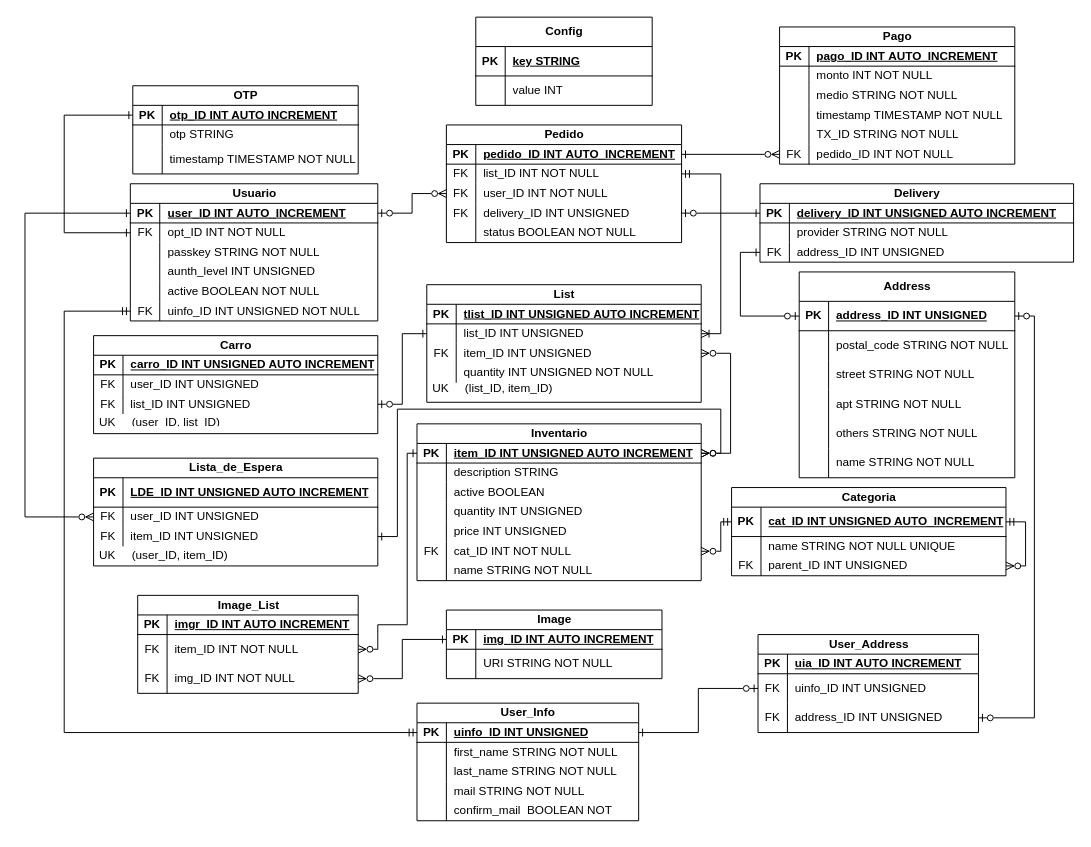
Above: back/src/main/java/com/uade/entity/EsquemaDB.drawio in nadie209x33/Marketplace (draw.io), before the change. Source tidied: cells renumbered, new cells numbered last; positions are measured from the earlier drawing's top-left corner, leaving out a move shared by most shapes. Both pictures are drawn from the tidied source at 98%, with x=0, y=0 at pixel (24, 17).
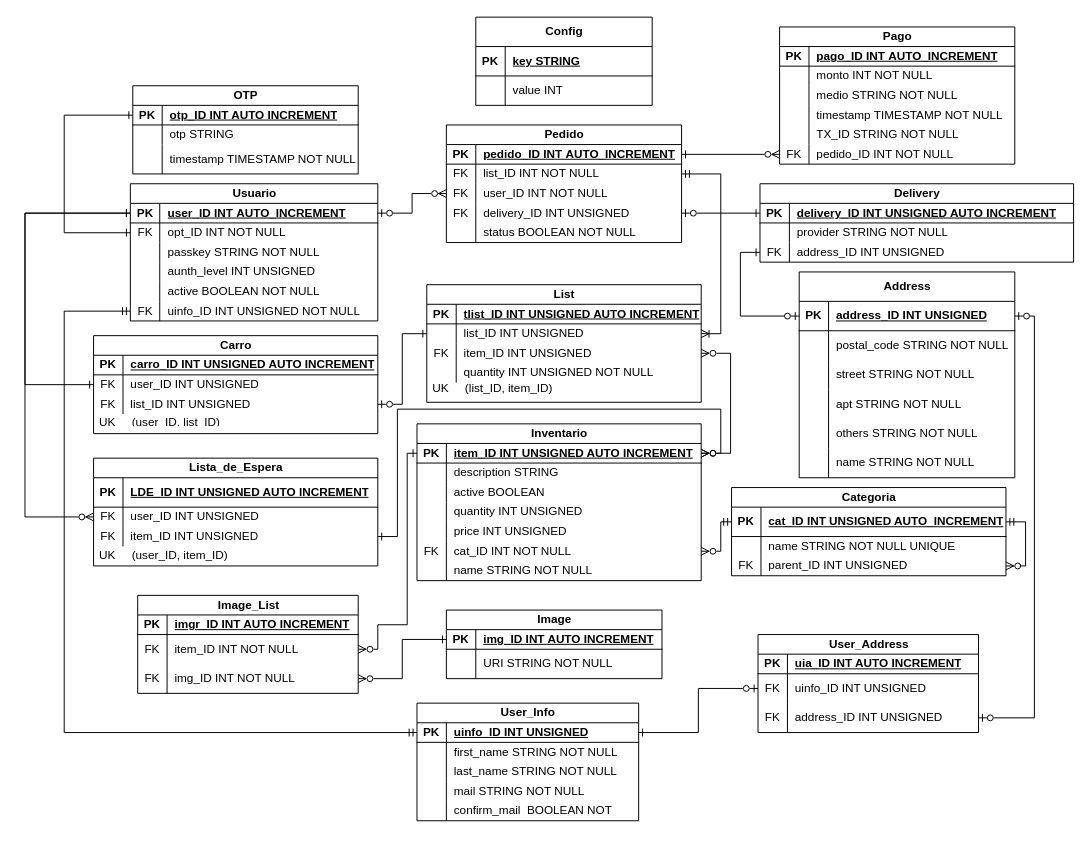
The same page after the edit.

Commit message (it also covers changes not shown here):
Se agrego la tabla faltante carro

The change refers to these unchanged cells:
```xml
<mxCell id="4" style="shape=tableRow;horizontal=0;startSize=0;swimlaneHead=0;swimlaneBody=0;fillColor=none;points=[[0,0.5],[1,0.5]];portConstraint=eastwest;top=0;left=0;right=0;bottom=1;" parent="3" vertex="1">
  <mxGeometry y="20" width="252.5" height="20" as="geometry" />
</mxCell>
<mxCell id="185" style="shape=tableRow;horizontal=0;startSize=0;swimlaneHead=0;swimlaneBody=0;fillColor=none;points=[[0,0.5],[1,0.5]];portConstraint=eastwest;top=0;left=0;right=0;bottom=0;" parent="181" vertex="1">
  <mxGeometry y="40" width="290" height="20" as="geometry" />
</mxCell>
```

Change to the diagram source:
```diff
@@
+    <mxCell id="230" style="edgeStyle=orthogonalEdgeStyle;rounded=0;jettySize=auto;html=1;exitX=0;exitY=0.5;exitDx=0;exitDy=0;entryX=0;entryY=0.5;entryDx=0;entryDy=0;endArrow=ERone;endFill=0;startArrow=ERone;startFill=0;" parent="1" edge="1" source="185" target="4">
+      <mxGeometry relative="1" as="geometry">
+        <Array as="points">
+          <mxPoint y="375" />
+          <mxPoint y="200" />
+        </Array>
+      </mxGeometry>
+    </mxCell>
```
